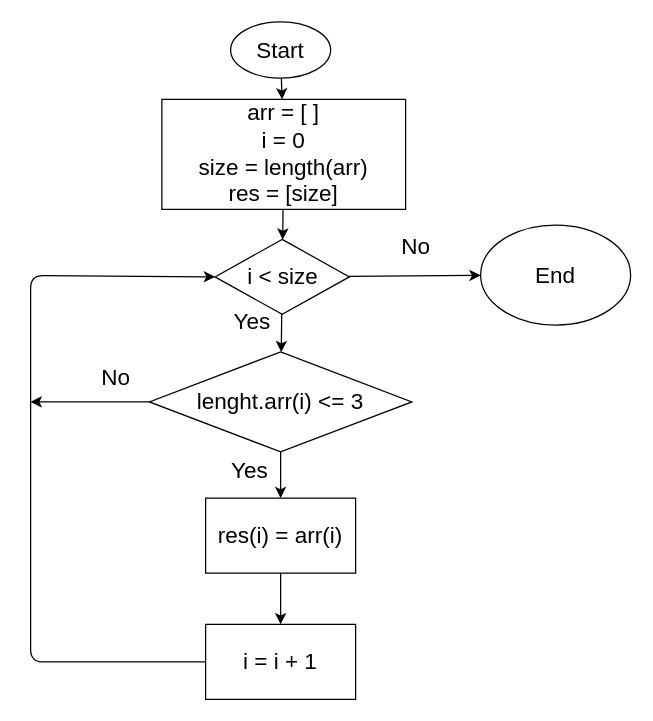
This is blok-shema.drawio from yurafast/Kontrolnaya_rabora_1, a draw.io file, before an edit. Source tidied: cells renumbered, new cells numbered last; positions are measured from the earlier drawing's top-left corner, leaving out a move shared by most shapes. Both pictures are drawn from the tidied source at 125%, with x=0, y=0 at pixel (30, 21).
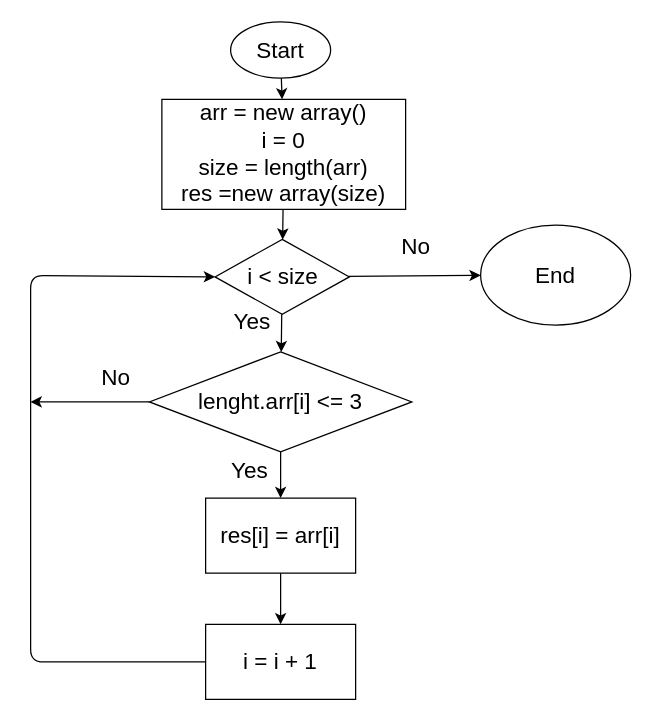
Above is the later version.

What changed in the source:
```diff
@@
-    <mxCell id="5" value="arr = [ ]&lt;br style=&quot;font-size: 18px&quot;&gt;i = 0&lt;br style=&quot;font-size: 18px&quot;&gt;size = length(arr)&lt;br style=&quot;font-size: 18px&quot;&gt;res = [size]" style="whiteSpace=wrap;html=1;strokeWidth=1;fontSize=18;" parent="1" vertex="1">
+    <mxCell id="5" value="arr = new array()&lt;br&gt;i = 0&lt;br style=&quot;font-size: 18px&quot;&gt;size = length(arr)&lt;br style=&quot;font-size: 18px&quot;&gt;res =new array(size)" style="whiteSpace=wrap;html=1;strokeWidth=1;fontSize=18;" parent="1" vertex="1">
       <mxGeometry x="105" y="62" width="195" height="88" as="geometry" />
     </mxCell>
@@
-    <mxCell id="11" value="lenght.arr(i) &amp;lt;= 3" style="rhombus;whiteSpace=wrap;html=1;fontSize=18;strokeWidth=1;" parent="1" vertex="1">
+    <mxCell id="11" value="lenght.arr[i] &amp;lt;= 3" style="rhombus;whiteSpace=wrap;html=1;fontSize=18;strokeWidth=1;" parent="1" vertex="1">
       <mxGeometry x="95" y="264" width="210" height="80" as="geometry" />
     </mxCell>
@@
-    <mxCell id="13" value="res(i) = arr(i)" style="whiteSpace=wrap;html=1;fontSize=18;strokeWidth=1;" parent="1" vertex="1">
+    <mxCell id="13" value="res[i] = arr[i]" style="whiteSpace=wrap;html=1;fontSize=18;strokeWidth=1;" parent="1" vertex="1">
       <mxGeometry x="140" y="381" width="120" height="60" as="geometry" />
     </mxCell>
```
